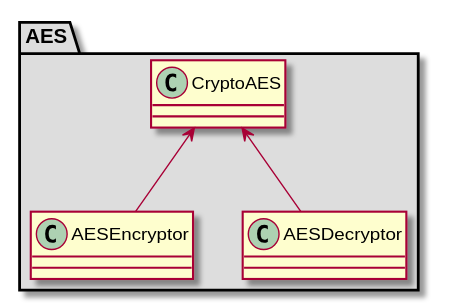
This is architecture/class_diagrams/crypto/aes.svg from bierschi/butterfly, a PlantUML export, as it was before one commit.
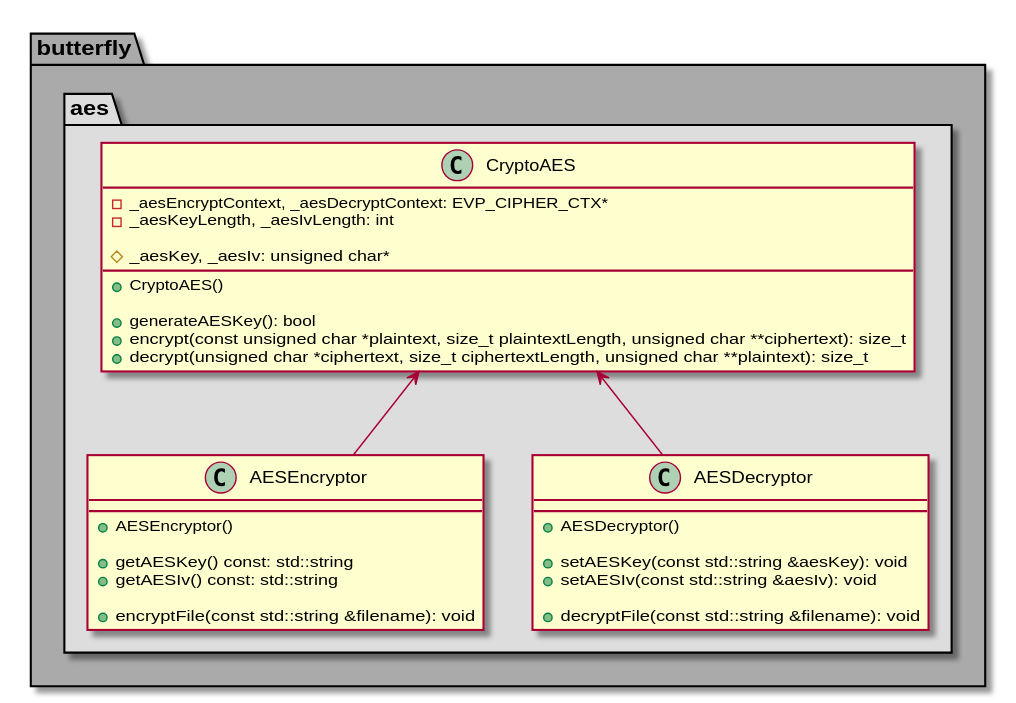
Above is the later version.

What changed in the source:
```diff
@@ -1,18 +1,49 @@
 @startuml
-package AES #DDDDDD {
 
-class CryptoAES {
+package butterfly #AAAAAA
+{
+
+package aes #DDDDDD
+{
+
+class CryptoAES
+{
+    -_aesEncryptContext, _aesDecryptContext: EVP_CIPHER_CTX*
+    -_aesKeyLength, _aesIvLength: int
+
+    #_aesKey, _aesIv: unsigned char*
+
+    +CryptoAES()
+
+    +generateAESKey(): bool
+    +encrypt(const unsigned char *plaintext, size_t plaintextLength, unsigned char **ciphertext): size_t
+    +decrypt(unsigned char *ciphertext, size_t ciphertextLength, unsigned char **plaintext): size_t
 }
 
-class AESEncryptor {
+class AESEncryptor
+{
+    +AESEncryptor()
+
+    +getAESKey() const: std::string
+    +getAESIv() const: std::string
+
+    +encryptFile(const std::string &filename): void
 
 }
 
-class AESDecryptor {
+class AESDecryptor
+{
+    +AESDecryptor()
 
+    +setAESKey(const std::string &aesKey): void
+    +setAESIv(const std::string &aesIv): void
+
+    +decryptFile(const std::string &filename): void
 }
 
 CryptoAES <-- AESEncryptor
 CryptoAES <-- AESDecryptor
 }
+
+}
 @enduml
```
